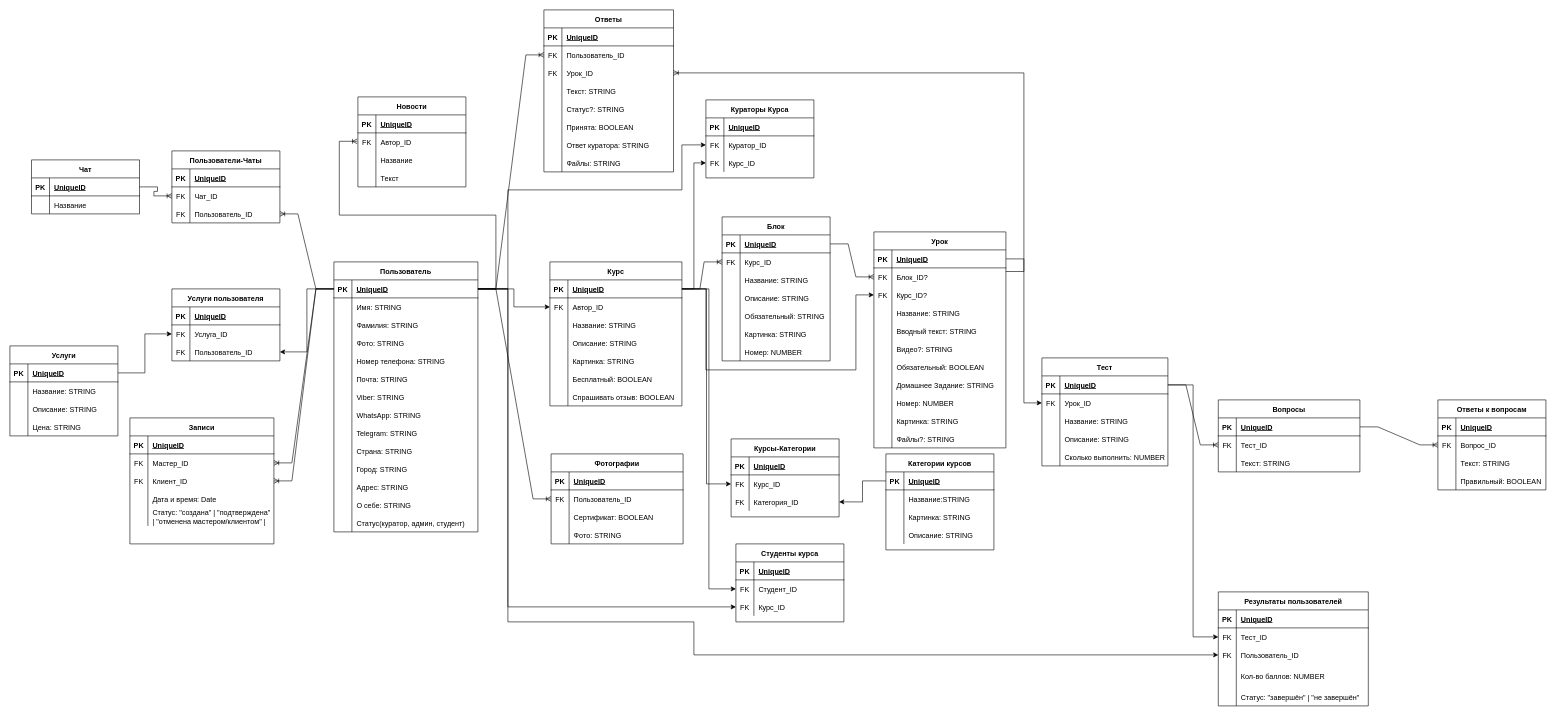
Above: Untitled Diagram.drawio in Isas2g/- (draw.io), before the change. Source tidied: cells renumbered, new cells numbered last; positions are measured from the earlier drawing's top-left corner, leaving out a move shared by most shapes. Both pictures are drawn from the tidied source at 60%, with x=0, y=0 at pixel (10, 10).
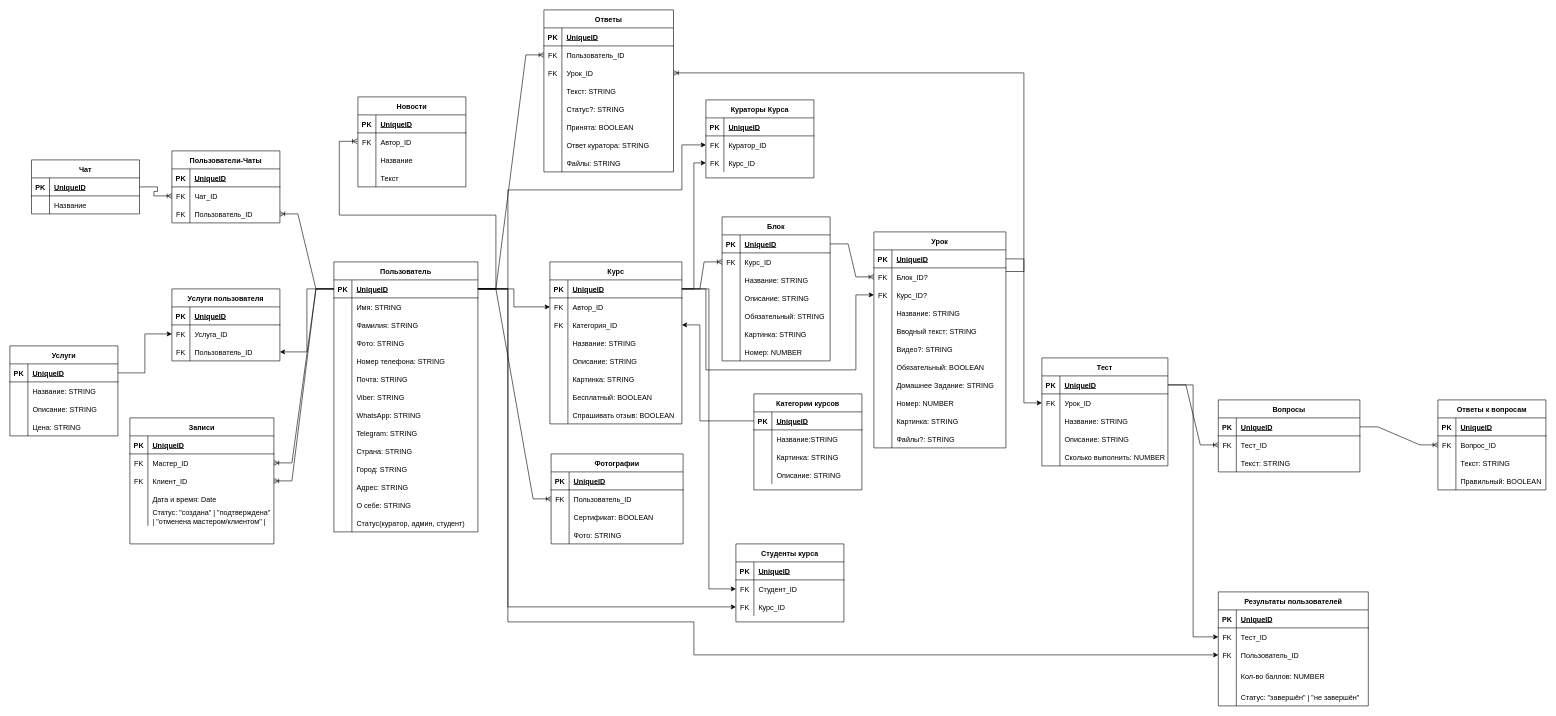
The same page after the edit.

Unchanged cells that the change refers to:
```xml
<mxCell id="59" style="shape=tableRow;horizontal=0;startSize=0;swimlaneHead=0;swimlaneBody=0;fillColor=none;points=[[0,0.5],[1,0.5]];portConstraint=eastwest;top=0;left=0;right=0;bottom=1;" parent="58" vertex="1">
  <mxGeometry y="30" width="220" height="30" as="geometry" />
</mxCell>
<mxCell id="303" style="shape=tableRow;horizontal=0;startSize=0;swimlaneHead=0;swimlaneBody=0;fillColor=none;points=[[0,0.5],[1,0.5]];portConstraint=eastwest;top=0;left=0;right=0;bottom=1;" parent="302" vertex="1">
  <mxGeometry y="30" width="180" height="30" as="geometry" />
</mxCell>
```

Change to the diagram source:
```diff
@@
     <mxCell id="58" value="Курс" style="shape=table;startSize=30;childLayout=tableLayout;rowLines=0;fontStyle=1;align=center;" parent="1" vertex="1">
-      <mxGeometry x="900" y="420" width="220" height="240" as="geometry" />
+      <mxGeometry x="900" y="420" width="220" height="270" as="geometry" />
     </mxCell>
@@
+    <mxCell id="353" style="shape=tableRow;horizontal=0;startSize=0;swimlaneHead=0;swimlaneBody=0;fillColor=none;points=[[0,0.5],[1,0.5]];portConstraint=eastwest;top=0;left=0;right=0;bottom=0;" parent="58" vertex="1">
+      <mxGeometry y="90" width="220" height="30" as="geometry" />
+    </mxCell>
+    <mxCell id="354" value="FK" style="shape=partialRectangle;fillColor=none;top=0;left=0;bottom=0;right=0;fontStyle=0;overflow=hidden;" parent="353" vertex="1">
+      <mxGeometry width="30" height="30" as="geometry" />
+    </mxCell>
+    <mxCell id="324" value="Категория_ID" style="shape=partialRectangle;fillColor=none;top=0;left=0;bottom=0;right=0;align=left;spacingLeft=6;fontStyle=0;overflow=hidden;" parent="353" vertex="1">
+      <mxGeometry x="30" width="190" height="30" as="geometry" />
+    </mxCell>
     <mxCell id="65" style="shape=tableRow;horizontal=0;startSize=0;swimlaneHead=0;swimlaneBody=0;fillColor=none;top=0;left=0;right=0;bottom=0;" parent="58" vertex="1">
-      <mxGeometry y="90" width="220" height="30" as="geometry" />
+      <mxGeometry y="120" width="220" height="30" as="geometry" />
     </mxCell>
@@
     <mxCell id="68" style="shape=tableRow;horizontal=0;startSize=0;swimlaneHead=0;swimlaneBody=0;fillColor=none;top=0;left=0;right=0;bottom=0;" parent="58" vertex="1">
-      <mxGeometry y="120" width="220" height="30" as="geometry" />
+      <mxGeometry y="150" width="220" height="30" as="geometry" />
     </mxCell>
@@
     <mxCell id="71" style="shape=tableRow;horizontal=0;startSize=0;swimlaneHead=0;swimlaneBody=0;fillColor=none;top=0;left=0;right=0;bottom=0;" parent="58" vertex="1">
-      <mxGeometry y="150" width="220" height="30" as="geometry" />
+      <mxGeometry y="180" width="220" height="30" as="geometry" />
     </mxCell>
@@
     <mxCell id="74" style="shape=tableRow;horizontal=0;startSize=0;swimlaneHead=0;swimlaneBody=0;fillColor=none;top=0;left=0;right=0;bottom=0;" parent="58" vertex="1">
-      <mxGeometry y="180" width="220" height="30" as="geometry" />
+      <mxGeometry y="210" width="220" height="30" as="geometry" />
     </mxCell>
@@
     <mxCell id="77" style="shape=tableRow;horizontal=0;startSize=0;swimlaneHead=0;swimlaneBody=0;fillColor=none;top=0;left=0;right=0;bottom=0;" parent="58" vertex="1">
-      <mxGeometry y="210" width="220" height="30" as="geometry" />
+      <mxGeometry y="240" width="220" height="30" as="geometry" />
     </mxCell>
@@
     <mxCell id="302" value="Категории курсов" style="shape=table;startSize=30;childLayout=tableLayout;rowLines=0;fontStyle=1;align=center;" parent="1" vertex="1">
-      <mxGeometry x="1460" y="740" width="180" height="160" as="geometry" />
+      <mxGeometry x="1240" y="640" width="180" height="160" as="geometry" />
     </mxCell>
@@
-    <mxCell id="315" value="Курсы-Категории" style="shape=table;startSize=30;childLayout=tableLayout;rowLines=0;fontStyle=1;align=center;" parent="1" vertex="1">
-      <mxGeometry x="1202" y="715" width="180" height="130" as="geometry" />
-    </mxCell>
-    <mxCell id="316" style="shape=tableRow;horizontal=0;startSize=0;swimlaneHead=0;swimlaneBody=0;fillColor=none;top=0;left=0;right=0;bottom=1;" parent="315" vertex="1">
-      <mxGeometry y="30" width="180" height="30" as="geometry" />
-    </mxCell>
-    <mxCell id="317" value="PK" style="shape=partialRectangle;fillColor=none;top=0;left=0;bottom=0;right=0;fontStyle=1;overflow=hidden;" parent="316" vertex="1">
-      <mxGeometry width="30" height="30" as="geometry" />
-    </mxCell>
-    <mxCell id="318" value="UniqueID" style="shape=partialRectangle;fillColor=none;top=0;left=0;bottom=0;right=0;align=left;spacingLeft=6;fontStyle=5;overflow=hidden;" parent="316" vertex="1">
-      <mxGeometry x="30" width="150" height="30" as="geometry" />
-    </mxCell>
-    <mxCell id="319" style="shape=tableRow;horizontal=0;startSize=0;swimlaneHead=0;swimlaneBody=0;fillColor=none;points=[[0,0.5],[1,0.5]];portConstraint=eastwest;top=0;left=0;right=0;bottom=0;" parent="315" vertex="1">
-      <mxGeometry y="60" width="180" height="30" as="geometry" />
-    </mxCell>
-    <mxCell id="320" value="FK" style="shape=partialRectangle;fillColor=none;top=0;left=0;bottom=0;right=0;fontStyle=0;overflow=hidden;" parent="319" vertex="1">
-      <mxGeometry width="30" height="30" as="geometry" />
-    </mxCell>
-    <mxCell id="321" value="Курс_ID" style="shape=partialRectangle;fillColor=none;top=0;left=0;bottom=0;right=0;align=left;spacingLeft=6;fontStyle=0;overflow=hidden;" parent="319" vertex="1">
-      <mxGeometry x="30" width="150" height="30" as="geometry" />
-    </mxCell>
-    <mxCell id="322" style="shape=tableRow;horizontal=0;startSize=0;swimlaneHead=0;swimlaneBody=0;fillColor=none;points=[[0,0.5],[1,0.5]];portConstraint=eastwest;top=0;left=0;right=0;bottom=0;" parent="315" vertex="1">
-      <mxGeometry y="90" width="180" height="30" as="geometry" />
-    </mxCell>
-    <mxCell id="323" value="FK" style="shape=partialRectangle;fillColor=none;top=0;left=0;bottom=0;right=0;fontStyle=0;overflow=hidden;" parent="322" vertex="1">
-      <mxGeometry width="30" height="30" as="geometry" />
-    </mxCell>
-    <mxCell id="324" value="Категория_ID" style="shape=partialRectangle;fillColor=none;top=0;left=0;bottom=0;right=0;align=left;spacingLeft=6;fontStyle=0;overflow=hidden;" parent="322" vertex="1">
-      <mxGeometry x="30" width="150" height="30" as="geometry" />
-    </mxCell>
-    <mxCell id="325" style="edgeStyle=orthogonalEdgeStyle;rounded=0;jettySize=auto;html=1;exitX=1;exitY=0.5;exitDx=0;exitDy=0;entryX=0;entryY=0.5;entryDx=0;entryDy=0;" parent="1" edge="1" source="59" target="319">
-      <mxGeometry relative="1" as="geometry" />
-    </mxCell>
-    <mxCell id="326" style="edgeStyle=orthogonalEdgeStyle;rounded=0;jettySize=auto;html=1;exitX=0;exitY=0.5;exitDx=0;exitDy=0;entryX=1;entryY=0.5;entryDx=0;entryDy=0;" parent="1" edge="1" source="303" target="322">
-      <mxGeometry relative="1" as="geometry" />
-    </mxCell>
@@
+    <mxCell id="355" style="edgeStyle=orthogonalEdgeStyle;rounded=0;jettySize=auto;html=1;exitX=0;exitY=0.5;exitDx=0;exitDy=0;entryX=1;entryY=0.5;entryDx=0;entryDy=0;" parent="1" edge="1" source="303" target="353">
+      <mxGeometry relative="1" as="geometry">
+        <Array as="points">
+          <mxPoint x="1150" y="685" />
+          <mxPoint x="1150" y="525" />
+        </Array>
+      </mxGeometry>
+    </mxCell>
```
